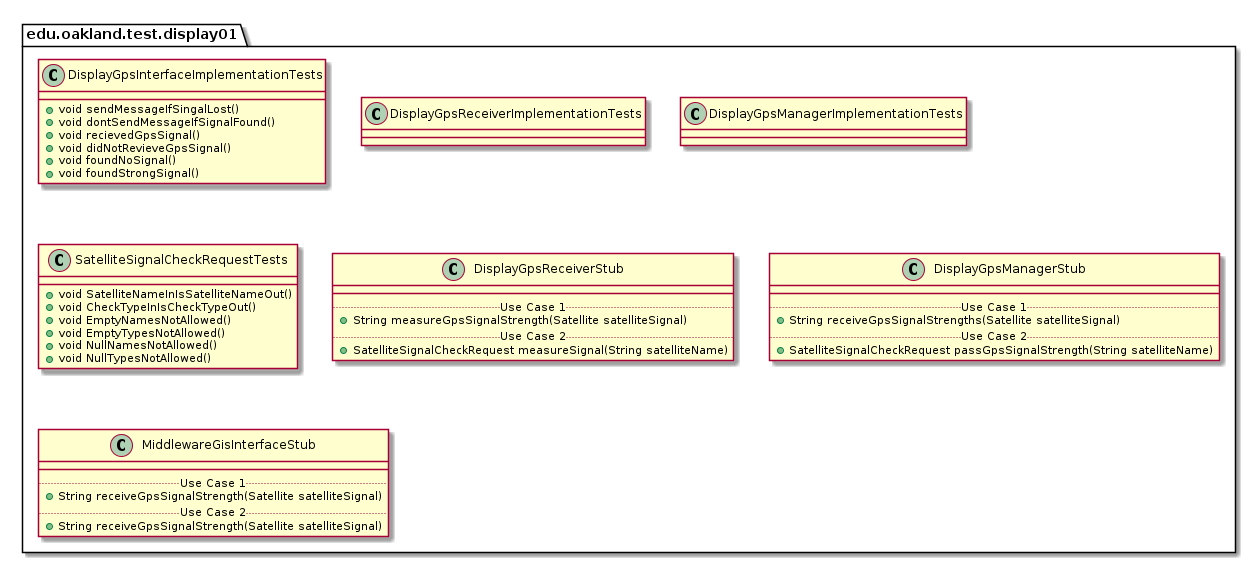
Above: docs/uml-class-diagrams/display01/test/Display01TestPackage.png in andrewdimmer/csi-3370-software-project (PlantUML), before the change.
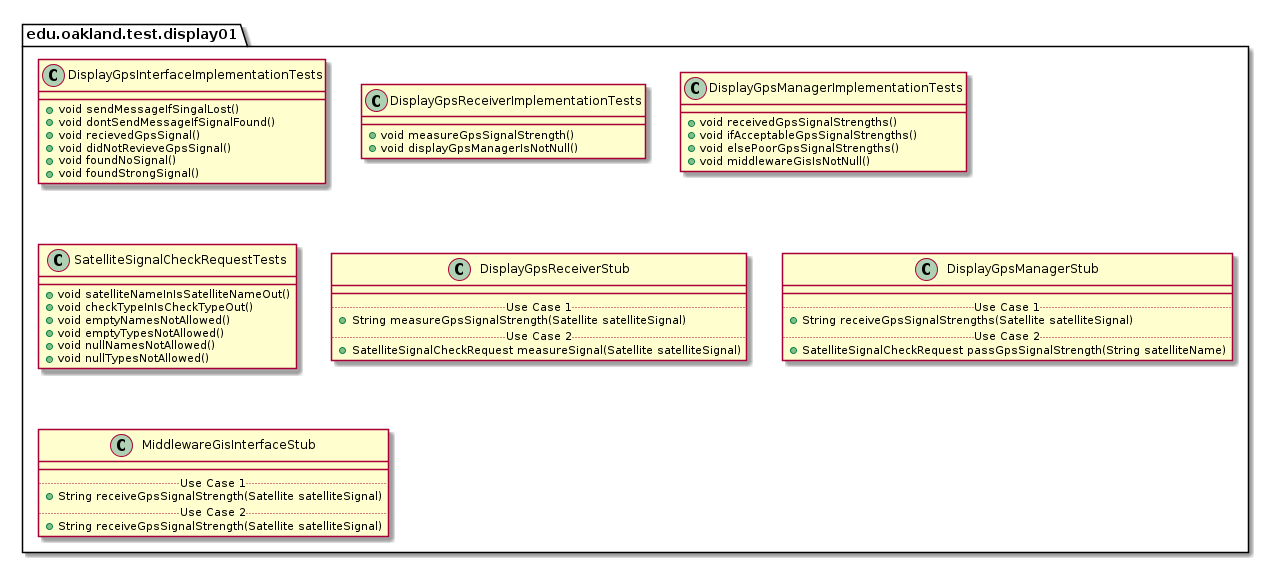
After the commit.

What changed in the source:
```diff
@@ -19,26 +19,30 @@
 
 package edu.oakland.test.display01 {
     class DisplayGpsReceiverImplementationTests {
-
+        + void measureGpsSignalStrength()
+        + void displayGpsManagerIsNotNull()
     }
 }
 
 
 package edu.oakland.test.display01 {
     class DisplayGpsManagerImplementationTests {
-
+        + void receivedGpsSignalStrengths()
+        + void ifAcceptableGpsSignalStrengths()
+        + void elsePoorGpsSignalStrengths()
+        + void middlewareGisIsNotNull()
     }
 }
 
 
 package edu.oakland.test.display01 {
   class SatelliteSignalCheckRequestTests {
-    + void SatelliteNameInIsSatelliteNameOut()
-    + void CheckTypeInIsCheckTypeOut()
-    + void EmptyNamesNotAllowed()
-    + void EmptyTypesNotAllowed()
-    + void NullNamesNotAllowed()
-    + void NullTypesNotAllowed()
+    + void satelliteNameInIsSatelliteNameOut()
+    + void checkTypeInIsCheckTypeOut()
+    + void emptyNamesNotAllowed()
+    + void emptyTypesNotAllowed()
+    + void nullNamesNotAllowed()
+    + void nullTypesNotAllowed()
   }
 }
 
@@ -49,7 +53,7 @@
         .. Use Case 1 ..
         + String measureGpsSignalStrength(Satellite satelliteSignal)
         .. Use Case 2 ..
-        + SatelliteSignalCheckRequest measureSignal(String satelliteName)
+        + SatelliteSignalCheckRequest measureSignal(Satellite satelliteSignal)
     }
 }
 
```
